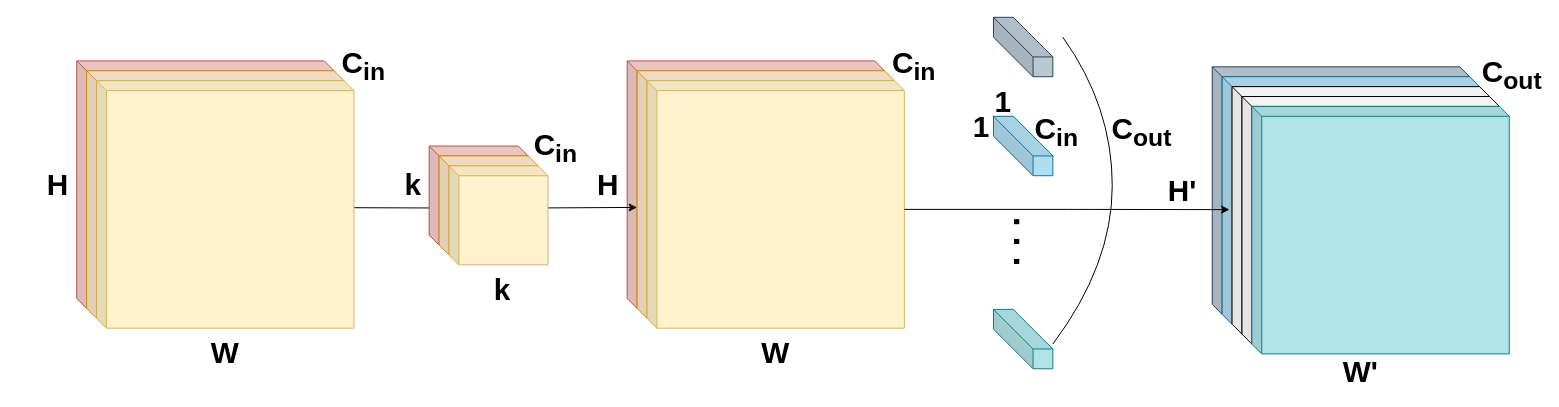
Above: page "Page-2" (2 of 6) of chapter_sota/assets/depthwise_separable_conv.drawio in N0ciple/latex-these (draw.io), before the change. Source tidied: cells renumbered, new cells numbered last; positions are measured from the earlier drawing's top-left corner, leaving out a move shared by most shapes. Both pictures are drawn from the tidied source at 99%, with x=0, y=0 at pixel (17, 17).
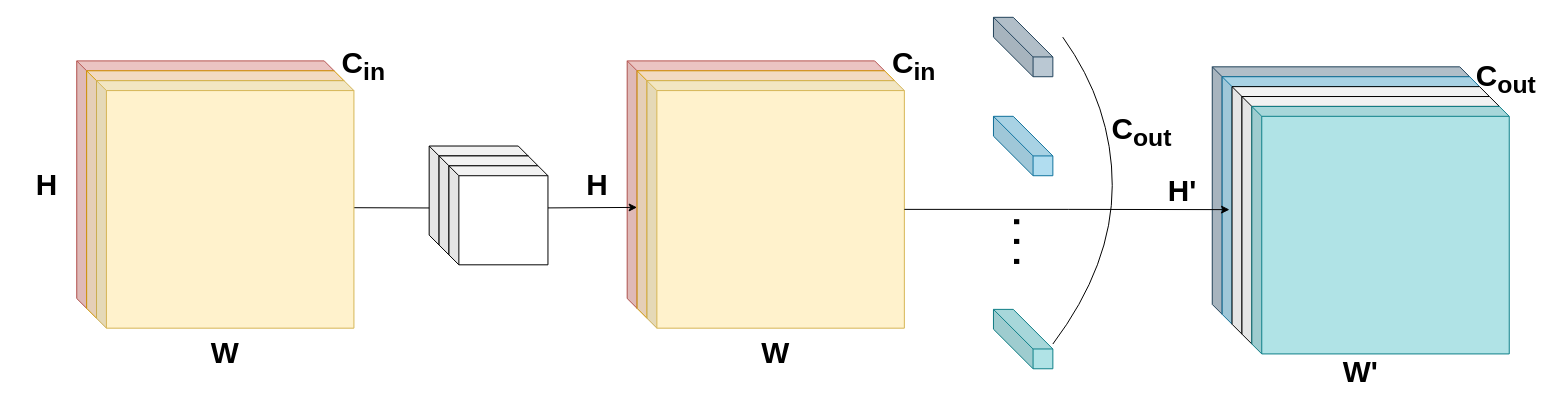
The same page after the edit.

The change refers to these unchanged cells:
```xml
<mxCell id="3" style="group;" parent="2" vertex="1">
  <mxGeometry width="380" height="320" as="geometry" />
</mxCell>
<mxCell id="13" style="group;" parent="1" vertex="1">
  <mxGeometry x="556" y="34" width="380" height="320" as="geometry" />
</mxCell>
<mxCell id="22" style="group;" parent="1" vertex="1">
  <mxGeometry x="986" width="60" height="355" as="geometry" />
</mxCell>
<mxCell id="36" style="group;" parent="1" vertex="1">
  <mxGeometry x="416" y="130" width="120" height="120" as="geometry" />
</mxCell>
```

Change to the diagram source:
```diff
@@
     <mxCell id="9" value="&lt;b style=&quot;font-size: 30px;&quot;&gt;C&lt;sub&gt;out&lt;/sub&gt;&lt;/b&gt;" style="text;html=1;strokeColor=none;fillColor=none;align=center;verticalAlign=middle;whiteSpace=wrap;rounded=0;fontSize=20;" parent="3" vertex="1">
-      <mxGeometry x="333" y="3" width="60" height="30" as="geometry" />
+      <mxGeometry x="327" y="7" width="60" height="30" as="geometry" />
     </mxCell>
@@
     <mxCell id="18" value="&lt;b&gt;&lt;font style=&quot;font-size: 30px;&quot;&gt;H&lt;/font&gt;&lt;/b&gt;" style="text;html=1;strokeColor=none;fillColor=none;align=center;verticalAlign=middle;whiteSpace=wrap;rounded=0;" parent="13" vertex="1">
-      <mxGeometry x="11" y="120" width="60" height="30" as="geometry" />
+      <mxGeometry y="120" width="60" height="30" as="geometry" />
     </mxCell>
@@
-    <mxCell id="27" value="&lt;font style=&quot;font-size: 30px;&quot;&gt;&lt;b&gt;1&lt;/b&gt;&lt;/font&gt;" style="text;html=1;strokeColor=none;fillColor=none;align=center;verticalAlign=middle;whiteSpace=wrap;rounded=0;" parent="22" vertex="1">
-      <mxGeometry x="-20" y="70" width="60" height="30" as="geometry" />
-    </mxCell>
     <mxCell id="28" style="group;" parent="1" vertex="1">
-      <mxGeometry y="34" width="420" height="320" as="geometry" />
+      <mxGeometry y="34" width="380" height="320" as="geometry" />
     </mxCell>
@@
     <mxCell id="33" value="&lt;b&gt;&lt;font style=&quot;font-size: 30px;&quot;&gt;H&lt;/font&gt;&lt;/b&gt;" style="text;html=1;strokeColor=none;fillColor=none;align=center;verticalAlign=middle;whiteSpace=wrap;rounded=0;" parent="28" vertex="1">
-      <mxGeometry x="11" y="120" width="60" height="30" as="geometry" />
+      <mxGeometry y="120" width="60" height="30" as="geometry" />
     </mxCell>
@@
-    <mxCell id="35" value="&lt;span style=&quot;font-size: 30px;&quot;&gt;&lt;b&gt;k&lt;/b&gt;&lt;/span&gt;" style="text;html=1;strokeColor=none;fillColor=none;align=center;verticalAlign=middle;whiteSpace=wrap;rounded=0;fontSize=20;" parent="28" vertex="1">
-      <mxGeometry x="370" y="120" width="60" height="30" as="geometry" />
-    </mxCell>
@@
-    <mxCell id="37" style="shape=cube;whiteSpace=wrap;html=1;boundedLbl=1;backgroundOutline=1;darkOpacity=0.05;darkOpacity2=0.1;size=10;fillColor=#f8cecc;strokeColor=#b85450;" parent="36" vertex="1">
+    <mxCell id="37" style="shape=cube;whiteSpace=wrap;html=1;boundedLbl=1;backgroundOutline=1;darkOpacity=0.05;darkOpacity2=0.1;size=10;" parent="36" vertex="1">
       <mxGeometry width="100" height="100" as="geometry" />
     </mxCell>
-    <mxCell id="38" style="shape=cube;whiteSpace=wrap;html=1;boundedLbl=1;backgroundOutline=1;darkOpacity=0.05;darkOpacity2=0.1;size=10;fillColor=#ffe6cc;strokeColor=#d79b00;" parent="36" vertex="1">
+    <mxCell id="38" style="shape=cube;whiteSpace=wrap;html=1;boundedLbl=1;backgroundOutline=1;darkOpacity=0.05;darkOpacity2=0.1;size=10;" parent="36" vertex="1">
       <mxGeometry x="10" y="10" width="100" height="100" as="geometry" />
     </mxCell>
-    <mxCell id="39" style="shape=cube;whiteSpace=wrap;html=1;boundedLbl=1;backgroundOutline=1;darkOpacity=0.05;darkOpacity2=0.1;size=10;fillColor=#fff2cc;strokeColor=#d6b656;" parent="36" vertex="1">
+    <mxCell id="39" style="shape=cube;whiteSpace=wrap;html=1;boundedLbl=1;backgroundOutline=1;darkOpacity=0.05;darkOpacity2=0.1;size=10;" parent="36" vertex="1">
       <mxGeometry x="20" y="20" width="100" height="100" as="geometry" />
     </mxCell>
@@
-    <mxCell id="41" value="&lt;span style=&quot;font-size: 30px;&quot;&gt;&lt;b&gt;k&lt;/b&gt;&lt;/span&gt;" style="text;html=1;strokeColor=none;fillColor=none;align=center;verticalAlign=middle;whiteSpace=wrap;rounded=0;fontSize=20;" parent="1" vertex="1">
-      <mxGeometry x="460" y="260" width="60" height="30" as="geometry" />
-    </mxCell>
-    <mxCell id="42" value="&lt;span style=&quot;font-size: 30px;&quot;&gt;&lt;b&gt;C&lt;sub&gt;in&lt;/sub&gt;&lt;/b&gt;&lt;/span&gt;" style="text;html=1;strokeColor=none;fillColor=none;align=center;verticalAlign=middle;whiteSpace=wrap;rounded=0;fontSize=20;" parent="1" vertex="1">
-      <mxGeometry x="514" y="117" width="60" height="30" as="geometry" />
-    </mxCell>
-    <mxCell id="43" value="&lt;b style=&quot;font-size: 30px;&quot;&gt;C&lt;sub style=&quot;&quot;&gt;in&lt;/sub&gt;&lt;/b&gt;" style="text;html=1;strokeColor=none;fillColor=none;align=center;verticalAlign=middle;whiteSpace=wrap;rounded=0;fontSize=20;" parent="1" vertex="1">
-      <mxGeometry x="1020" y="100" width="60" height="30" as="geometry" />
-    </mxCell>
-    <mxCell id="44" value="&lt;font style=&quot;font-size: 30px;&quot;&gt;&lt;b&gt;1&lt;/b&gt;&lt;/font&gt;" style="text;html=1;strokeColor=none;fillColor=none;align=center;verticalAlign=middle;whiteSpace=wrap;rounded=0;" parent="1" vertex="1">
-      <mxGeometry x="944" y="95" width="60" height="30" as="geometry" />
-    </mxCell>
```
